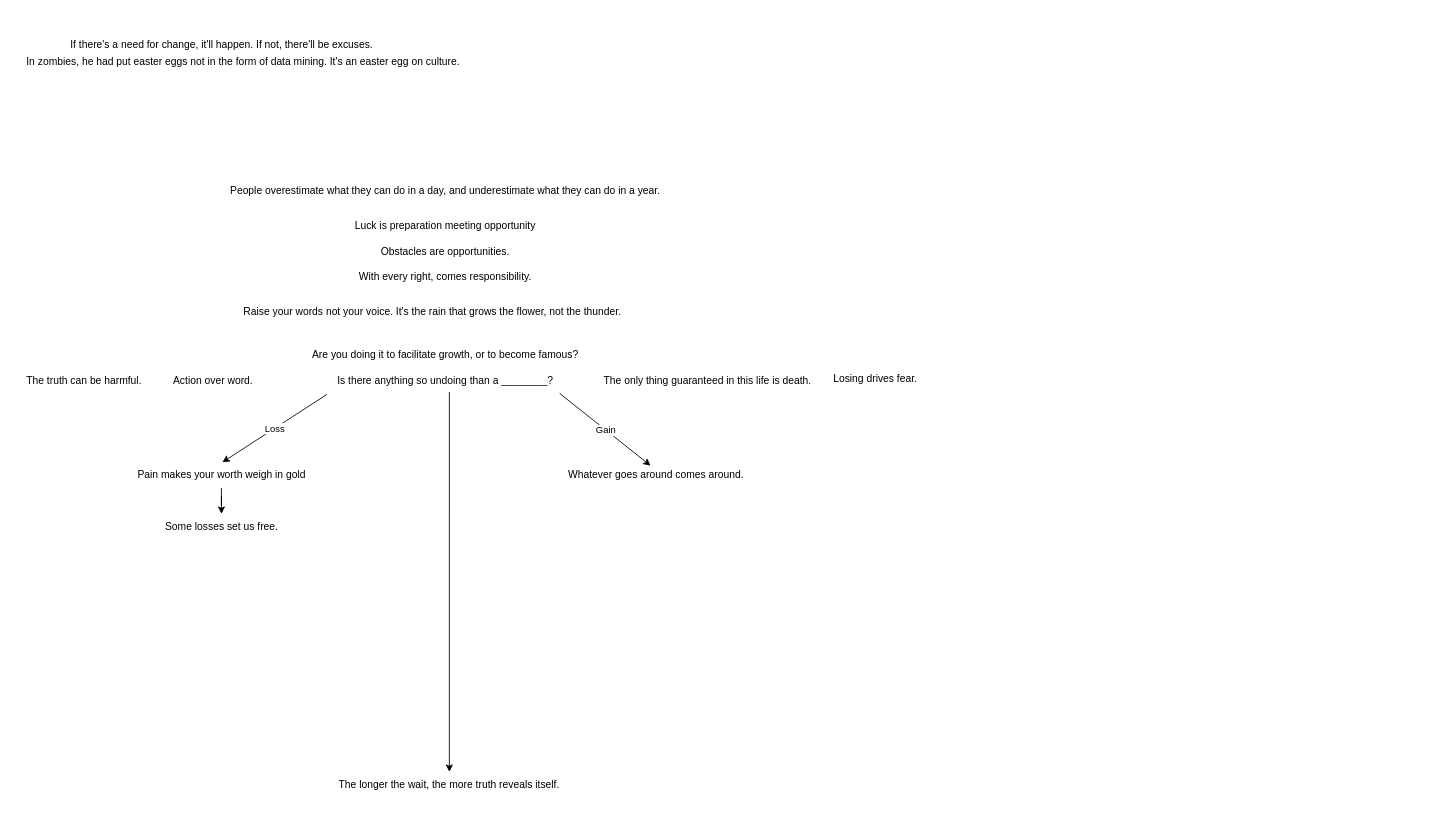
This is Plans.drawio from HasinJ/Elements-Platformer, a draw.io file, before an edit. Source tidied: cells renumbered, new cells numbered last; positions are measured from the earlier drawing's top-left corner, leaving out a move shared by most shapes. Both pictures are drawn from the tidied source at 86%, with x=0, y=0 at pixel (15, 32).
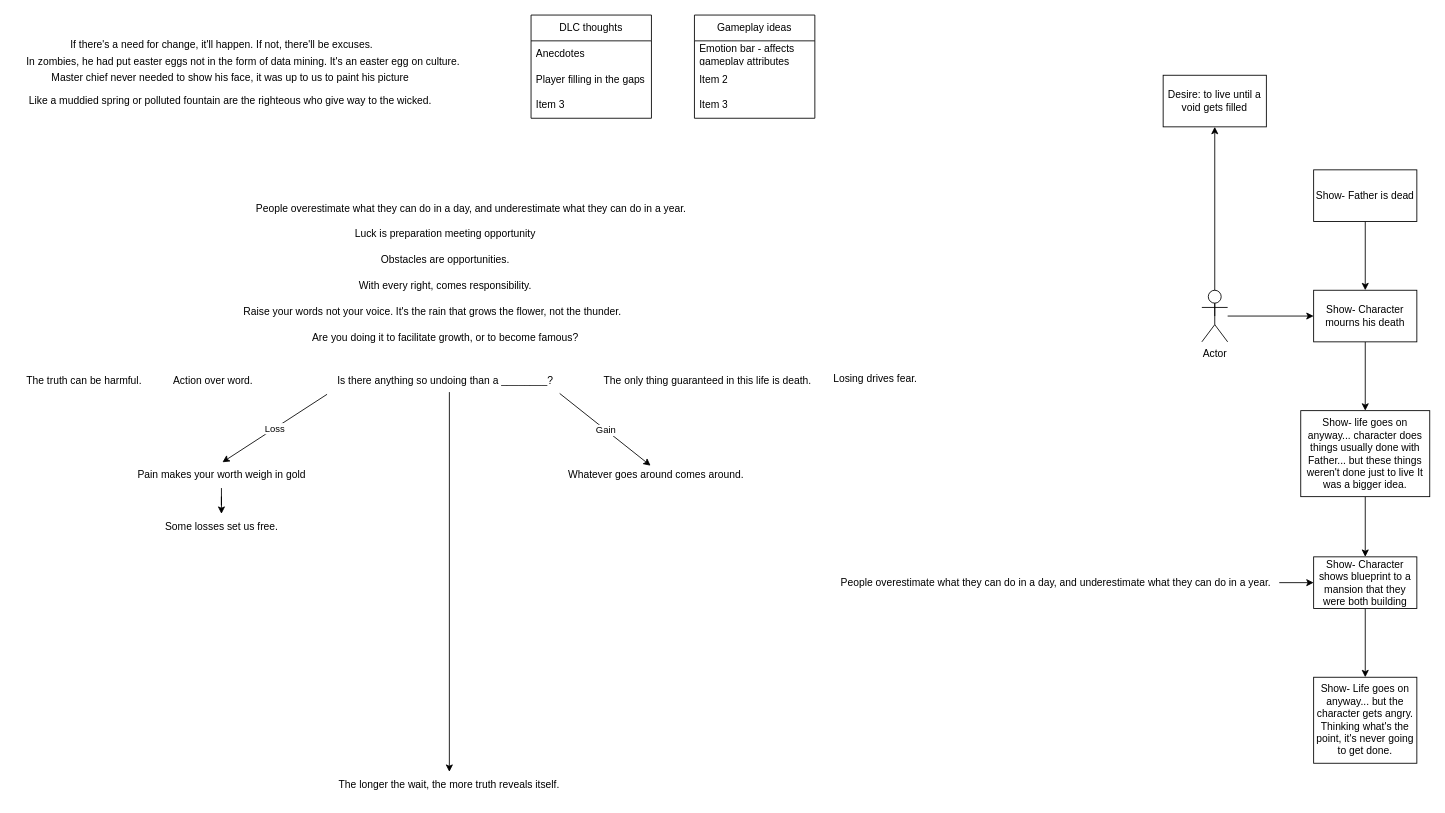
The same diagram, later.

Diff of the diagram source:
```diff
@@
     <mxCell id="6" value="People overestimate what they can do in a day, and underestimate what they can do in a year." style="text;html=1;align=center;verticalAlign=middle;strokeColor=none;fillColor=none;" parent="1" vertex="1">
-      <mxGeometry x="240" y="170" width="520" height="30" as="geometry" />
+      <mxGeometry x="270" y="190" width="520" height="30" as="geometry" />
     </mxCell>
     <mxCell id="7" value="With every right, comes responsibility." style="text;html=1;align=center;verticalAlign=middle;strokeColor=none;fillColor=none;" parent="1" vertex="1">
-      <mxGeometry x="385" y="270" width="230" height="30" as="geometry" />
+      <mxGeometry x="385" y="280" width="230" height="30" as="geometry" />
     </mxCell>
     <mxCell id="8" value="Are you doing it to facilitate growth, or to become famous?" style="text;html=1;align=center;verticalAlign=middle;strokeColor=none;fillColor=none;" parent="1" vertex="1">
-      <mxGeometry x="330" y="360" width="340" height="30" as="geometry" />
+      <mxGeometry x="330" y="340" width="340" height="30" as="geometry" />
     </mxCell>
     <mxCell id="9" value="Obstacles are opportunities." style="text;html=1;align=center;verticalAlign=middle;strokeColor=none;fillColor=none;" parent="1" vertex="1">
-      <mxGeometry x="415" y="240" width="170" height="30" as="geometry" />
+      <mxGeometry x="415" y="250" width="170" height="30" as="geometry" />
     </mxCell>
     <mxCell id="10" value="Luck is preparation meeting opportunity" style="text;html=1;align=center;verticalAlign=middle;strokeColor=none;fillColor=none;" parent="1" vertex="1">
-      <mxGeometry x="385" y="210" width="230" height="30" as="geometry" />
+      <mxGeometry x="385" y="220" width="230" height="30" as="geometry" />
     </mxCell>
@@
+    <mxCell id="25" style="edgeStyle=orthogonalEdgeStyle;rounded=0;jettySize=auto;html=1;" parent="1" edge="1" source="26" target="40">
+      <mxGeometry relative="1" as="geometry" />
+    </mxCell>
+    <mxCell id="26" value="People overestimate what they can do in a day, and underestimate what they can do in a year." style="text;html=1;align=center;verticalAlign=middle;points=[];strokeColor=none;fillColor=none;" parent="1" vertex="1">
+      <mxGeometry x="950" y="625" width="520" height="30" as="geometry" />
+    </mxCell>
+    <mxCell id="27" style="edgeStyle=orthogonalEdgeStyle;rounded=0;jettySize=auto;html=1;exitX=0.5;exitY=0.5;exitDx=0;exitDy=0;exitPerimeter=0;" parent="1" edge="1" source="29" target="31">
+      <mxGeometry relative="1" as="geometry" />
+    </mxCell>
+    <mxCell id="28" style="edgeStyle=orthogonalEdgeStyle;rounded=0;jettySize=auto;html=1;entryX=0;entryY=0.5;entryDx=0;entryDy=0;" parent="1" edge="1" source="29" target="35">
+      <mxGeometry relative="1" as="geometry" />
+    </mxCell>
+    <mxCell id="29" value="Actor" style="shape=umlActor;verticalLabelPosition=bottom;verticalAlign=top;html=1;outlineConnect=0;" parent="1" vertex="1">
+      <mxGeometry x="1380" y="300" width="30" height="60" as="geometry" />
+    </mxCell>
+    <mxCell id="30" value="&lt;div&gt;Master chief never needed to show his face, it was up to us to paint his picture&lt;/div&gt;&lt;div&gt;&lt;br&gt;&lt;/div&gt;" style="text;html=1;align=center;verticalAlign=middle;strokeColor=none;fillColor=none;" parent="1" vertex="1">
+      <mxGeometry x="35" y="40" width="430" height="40" as="geometry" />
+    </mxCell>
+    <mxCell id="31" value="Desire: to live until a void gets filled" style="rounded=0;whiteSpace=wrap;html=1;" parent="1" vertex="1">
+      <mxGeometry x="1335" y="50" width="120" height="60" as="geometry" />
+    </mxCell>
+    <mxCell id="32" style="edgeStyle=orthogonalEdgeStyle;rounded=0;jettySize=auto;html=1;" parent="1" edge="1" source="33" target="35">
+      <mxGeometry relative="1" as="geometry" />
+    </mxCell>
+    <mxCell id="33" value="&lt;div&gt;Show- Father is dead&lt;br&gt;&lt;/div&gt;" style="rounded=0;whiteSpace=wrap;html=1;" parent="1" vertex="1">
+      <mxGeometry x="1510" y="160" width="120" height="60" as="geometry" />
+    </mxCell>
+    <mxCell id="34" style="edgeStyle=orthogonalEdgeStyle;rounded=0;jettySize=auto;html=1;" parent="1" edge="1" source="35" target="37">
+      <mxGeometry relative="1" as="geometry" />
+    </mxCell>
+    <mxCell id="35" value="&lt;div&gt;Show- Character mourns his death&lt;br&gt;&lt;/div&gt;" style="rounded=0;whiteSpace=wrap;html=1;" parent="1" vertex="1">
+      <mxGeometry x="1510" y="300" width="120" height="60" as="geometry" />
+    </mxCell>
+    <mxCell id="36" style="edgeStyle=orthogonalEdgeStyle;rounded=0;jettySize=auto;html=1;" parent="1" edge="1" source="37" target="40">
+      <mxGeometry relative="1" as="geometry" />
+    </mxCell>
+    <mxCell id="37" value="&lt;div&gt;Show- life goes on anyway... character does things usually done with Father... but these things weren't done just to live It was a bigger idea. &lt;br&gt;&lt;/div&gt;" style="rounded=0;whiteSpace=wrap;html=1;" parent="1" vertex="1">
+      <mxGeometry x="1495" y="440" width="150" height="100" as="geometry" />
+    </mxCell>
+    <mxCell id="38" value="Like a muddied spring or polluted fountain are the righteous who give way to the wicked." style="text;html=1;align=center;verticalAlign=middle;strokeColor=none;fillColor=none;" parent="1" vertex="1">
+      <mxGeometry x="10" y="65" width="480" height="30" as="geometry" />
+    </mxCell>
+    <mxCell id="39" style="edgeStyle=orthogonalEdgeStyle;rounded=0;jettySize=auto;html=1;" parent="1" edge="1" source="40" target="41">
+      <mxGeometry relative="1" as="geometry" />
+    </mxCell>
+    <mxCell id="40" value="&lt;div&gt;Show- Character shows blueprint to a mansion that they were both building &lt;br&gt;&lt;/div&gt;" style="rounded=0;whiteSpace=wrap;html=1;" parent="1" vertex="1">
+      <mxGeometry x="1510" y="610" width="120" height="60" as="geometry" />
+    </mxCell>
+    <mxCell id="41" value="&lt;div&gt;Show- Life goes on anyway... but the character gets angry. Thinking what's the point, it's never going to get done.&lt;/div&gt;" style="rounded=0;whiteSpace=wrap;html=1;" parent="1" vertex="1">
+      <mxGeometry x="1510" y="750" width="120" height="100" as="geometry" />
+    </mxCell>
+    <mxCell id="42" value="&lt;div&gt;DLC thoughts&lt;/div&gt;" style="swimlane;fontStyle=0;horizontal=1;startSize=30;whiteSpace=wrap;html=1;" parent="1" vertex="1">
+      <mxGeometry x="600" y="-20" width="140" height="120" as="geometry" />
+    </mxCell>
+    <mxCell id="43" value="&lt;div&gt;Anecdotes&lt;/div&gt;" style="text;strokeColor=none;fillColor=none;align=left;verticalAlign=middle;spacingLeft=4;spacingRight=4;overflow=hidden;whiteSpace=wrap;html=1;" parent="42" vertex="1">
+      <mxGeometry y="30" width="140" height="30" as="geometry" />
+    </mxCell>
+    <mxCell id="44" value="Player filling in the gaps" style="text;strokeColor=none;fillColor=none;align=left;verticalAlign=middle;spacingLeft=4;spacingRight=4;overflow=hidden;whiteSpace=wrap;html=1;" parent="42" vertex="1">
+      <mxGeometry y="60" width="140" height="30" as="geometry" />
+    </mxCell>
+    <mxCell id="45" value="Item 3" style="text;strokeColor=none;fillColor=none;align=left;verticalAlign=middle;spacingLeft=4;spacingRight=4;overflow=hidden;whiteSpace=wrap;html=1;" parent="42" vertex="1">
+      <mxGeometry y="90" width="140" height="30" as="geometry" />
+    </mxCell>
+    <mxCell id="46" value="Gameplay ideas" style="swimlane;fontStyle=0;horizontal=1;startSize=30;whiteSpace=wrap;html=1;" parent="1" vertex="1">
+      <mxGeometry x="790" y="-20" width="140" height="120" as="geometry" />
+    </mxCell>
+    <mxCell id="47" value="Emotion bar - affects gameplay attributes" style="text;strokeColor=none;fillColor=none;align=left;verticalAlign=middle;spacingLeft=4;spacingRight=4;overflow=hidden;whiteSpace=wrap;html=1;" parent="46" vertex="1">
+      <mxGeometry y="30" width="140" height="30" as="geometry" />
+    </mxCell>
+    <mxCell id="48" value="Item 2" style="text;strokeColor=none;fillColor=none;align=left;verticalAlign=middle;spacingLeft=4;spacingRight=4;overflow=hidden;whiteSpace=wrap;html=1;" parent="46" vertex="1">
+      <mxGeometry y="60" width="140" height="30" as="geometry" />
+    </mxCell>
+    <mxCell id="49" value="Item 3" style="text;strokeColor=none;fillColor=none;align=left;verticalAlign=middle;spacingLeft=4;spacingRight=4;overflow=hidden;whiteSpace=wrap;html=1;" parent="46" vertex="1">
+      <mxGeometry y="90" width="140" height="30" as="geometry" />
+    </mxCell>
```
